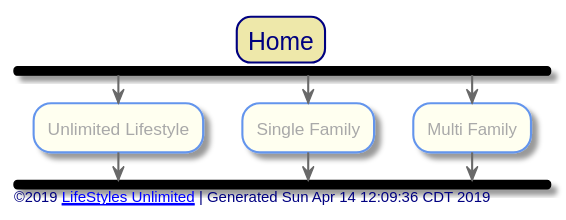
toddmo/lifestylesunlimited keeps this PlantUML diagram as out/src/index.svg. Above is the earlier version.
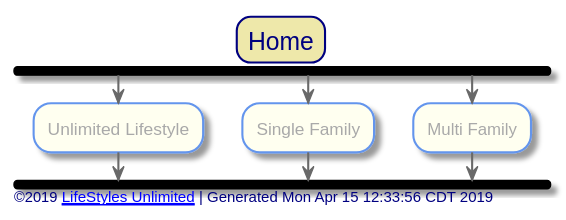
After the commit.

The edit, as a diff of the source:
```diff
@@ -66,16 +66,16 @@
 	Title Home
 
 	fork
-		[[unlimited-lifestyle/index.svg]]:Unlimited Lifestyle;
+		[[unlimited-lifestyle/index.svg?sanitize=true]]:Unlimited Lifestyle;
 	fork again
-		[[single-family/index.svg]]:Single Family;
+		[[single-family/index.svg?sanitize=true]]:Single Family;
 	fork again
-		[[multi-family/index.svg]]:Multi Family;
+		[[multi-family/index.svg?sanitize=true]]:Multi Family;
 	end fork
 
 
 left footer
-	©2019 [[http://www.lifestylesunlimited.com LifeStyles Unlimited]] | Generated Sun Apr 14 12:09:36 CDT 2019
+	©2019 [[http://www.lifestylesunlimited.com LifeStyles Unlimited]] | Generated Mon Apr 15 12:33:56 CDT 2019
 endfooter
 
 
```
